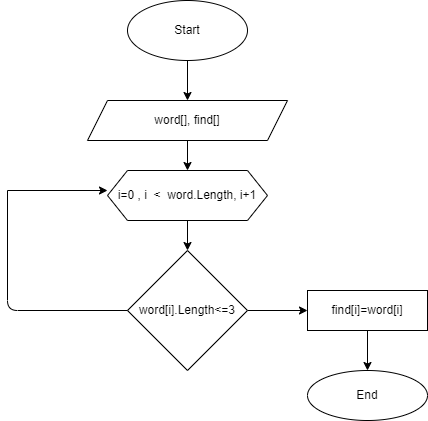
Before: bs.drawio.png, a diagram exported from draw.io (DumkinMaksim/PracticumControlWork). Source tidied: cells renumbered, new cells last; positions are measured from the earlier drawing's top-left corner, leaving out a move shared by most shapes.
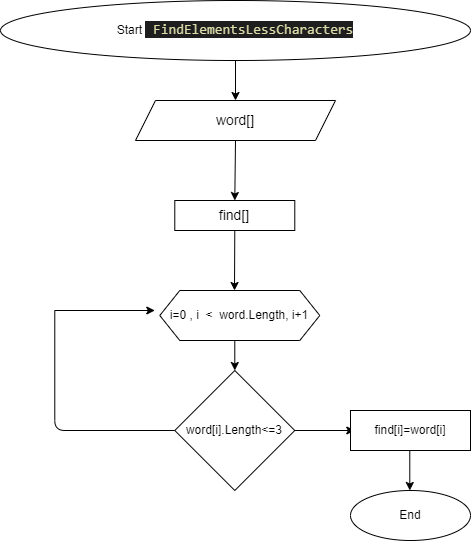
After the change.

Commit message:
изменил  данные в блок-схеме

What changed in the source:
```diff
@@ -5,49 +5,64 @@
     <mxCell id="2" style="edgeStyle=none;html=1;exitX=0.5;exitY=1;exitDx=0;exitDy=0;entryX=0.5;entryY=0;entryDx=0;entryDy=0;" parent="1" edge="1" source="3" target="7">
       <mxGeometry relative="1" as="geometry" />
     </mxCell>
-    <mxCell id="3" value="Start" style="ellipse;whiteSpace=wrap;html=1;" parent="1" vertex="1">
-      <mxGeometry x="120" width="120" height="60" as="geometry" />
+    <mxCell id="3" value="Start&amp;nbsp;&lt;font color=&quot;#dcdcaa&quot; face=&quot;consolas, courier new, monospace&quot;&gt;&lt;span style=&quot;font-size: 14px ; background-color: rgb(30 , 30 , 30)&quot;&gt;&amp;nbsp;&lt;/span&gt;&lt;/font&gt;&lt;span style=&quot;color: rgb(220 , 220 , 170) ; background-color: rgb(30 , 30 , 30) ; font-family: &amp;#34;consolas&amp;#34; , &amp;#34;courier new&amp;#34; , monospace ; font-size: 14px&quot;&gt;FindElementsLessCharacters&lt;/span&gt;" style="ellipse;whiteSpace=wrap;html=1;" parent="1" vertex="1">
+      <mxGeometry x="-55" width="470" height="60" as="geometry" />
     </mxCell>
-    <mxCell id="4" style="edgeStyle=none;html=1;exitX=0.5;exitY=1;exitDx=0;exitDy=0;entryX=0.5;entryY=0;entryDx=0;entryDy=0;" parent="1" edge="1" source="5" target="9">
-      <mxGeometry relative="1" as="geometry" />
+    <mxCell id="4" style="edgeStyle=none;html=1;exitX=0.5;exitY=1;exitDx=0;exitDy=0;entryX=0.5;entryY=0;entryDx=0;entryDy=0;" parent="1" edge="1" target="9">
+      <mxGeometry relative="1" as="geometry">
+        <mxPoint x="179.3" y="340" as="sourcePoint" />
+      </mxGeometry>
     </mxCell>
     <mxCell id="5" value="i=0 , i&amp;nbsp; &amp;lt;&amp;nbsp; word.Length, i+1" style="shape=hexagon;perimeter=hexagonPerimeter2;whiteSpace=wrap;html=1;fixedSize=1;" parent="1" vertex="1">
-      <mxGeometry x="100" y="170" width="160" height="50" as="geometry" />
+      <mxGeometry x="104.3" y="290" width="160" height="50" as="geometry" />
     </mxCell>
-    <mxCell id="6" style="edgeStyle=none;html=1;exitX=0.5;exitY=1;exitDx=0;exitDy=0;entryX=0.5;entryY=0;entryDx=0;entryDy=0;" parent="1" edge="1" source="7" target="5">
-      <mxGeometry relative="1" as="geometry" />
-    </mxCell>
+    <mxCell id="15" style="edgeStyle=none;html=1;exitX=0.5;exitY=1;exitDx=0;exitDy=0;entryX=0.5;entryY=0;entryDx=0;entryDy=0;fontSize=14;" parent="1" edge="1" source="7" target="17">
+      <mxGeometry relative="1" as="geometry" />
+    </mxCell>
-    <mxCell id="7" value="word[], find[]" style="shape=parallelogram;perimeter=parallelogramPerimeter;whiteSpace=wrap;html=1;fixedSize=1;" parent="1" vertex="1">
+    <mxCell id="7" value="&lt;font style=&quot;font-size: 14px&quot;&gt;word[]&lt;/font&gt;" style="shape=parallelogram;perimeter=parallelogramPerimeter;whiteSpace=wrap;html=1;fixedSize=1;" parent="1" vertex="1">
       <mxGeometry x="80" y="100" width="200" height="40" as="geometry" />
     </mxCell>
-    <mxCell id="8" style="edgeStyle=none;html=1;entryX=0;entryY=0.5;entryDx=0;entryDy=0;" parent="1" edge="1" source="9" target="11">
-      <mxGeometry relative="1" as="geometry" />
+    <mxCell id="8" style="edgeStyle=none;html=1;entryX=0;entryY=0.5;entryDx=0;entryDy=0;" parent="1" edge="1" source="9">
+      <mxGeometry relative="1" as="geometry">
+        <mxPoint x="299.3" y="430" as="targetPoint" />
+      </mxGeometry>
     </mxCell>
     <mxCell id="9" value="word[i].Length&amp;lt;=3" style="rhombus;whiteSpace=wrap;html=1;" parent="1" vertex="1">
-      <mxGeometry x="120" y="250" width="120" height="120" as="geometry" />
+      <mxGeometry x="119.3" y="370" width="120" height="120" as="geometry" />
     </mxCell>
-    <mxCell id="10" style="edgeStyle=none;html=1;" parent="1" edge="1" source="11" target="14">
-      <mxGeometry relative="1" as="geometry" />
+    <mxCell id="10" style="edgeStyle=none;html=1;" parent="1" edge="1">
+      <mxGeometry relative="1" as="geometry">
+        <mxPoint x="354.3" y="450" as="sourcePoint" />
+        <mxPoint x="354.3" y="490" as="targetPoint" />
+      </mxGeometry>
     </mxCell>
     <mxCell id="11" value="find[i]=word[i]" style="rounded=0;whiteSpace=wrap;html=1;" parent="1" vertex="1">
-      <mxGeometry x="300" y="290" width="120" height="40" as="geometry" />
+      <mxGeometry x="295" y="410" width="120" height="40" as="geometry" />
     </mxCell>
     <mxCell id="12" style="endArrow=none;html=1;exitX=0;exitY=0.5;exitDx=0;exitDy=0;" parent="1" edge="1" source="9">
       <mxGeometry relative="1" as="geometry">
-        <mxPoint y="190" as="targetPoint" />
+        <mxPoint x="-0.7" y="310" as="targetPoint" />
         <Array as="points">
-          <mxPoint y="310" />
+          <mxPoint x="-0.7" y="430" />
         </Array>
       </mxGeometry>
     </mxCell>
     <mxCell id="13" style="endArrow=classic;html=1;" parent="1" edge="1">
       <mxGeometry relative="1" as="geometry">
-        <mxPoint y="190" as="sourcePoint" />
-        <mxPoint x="100" y="190" as="targetPoint" />
+        <mxPoint x="-0.7" y="310" as="sourcePoint" />
+        <mxPoint x="99.3" y="310" as="targetPoint" />
       </mxGeometry>
     </mxCell>
     <mxCell id="14" value="End" style="ellipse;whiteSpace=wrap;html=1;" parent="1" vertex="1">
-      <mxGeometry x="300" y="370" width="120" height="50" as="geometry" />
+      <mxGeometry x="295" y="490" width="120" height="50" as="geometry" />
     </mxCell>
+    <mxCell id="16" style="edgeStyle=none;html=1;exitX=0.5;exitY=1;exitDx=0;exitDy=0;fontSize=14;" parent="1" edge="1" source="17">
+      <mxGeometry relative="1" as="geometry">
+        <mxPoint x="179" y="290" as="targetPoint" />
+      </mxGeometry>
+    </mxCell>
+    <mxCell id="17" value="&lt;font style=&quot;font-size: 14px&quot;&gt;find[]&lt;/font&gt;" style="rounded=0;whiteSpace=wrap;html=1;" parent="1" vertex="1">
+      <mxGeometry x="119.3" y="200" width="120" height="30" as="geometry" />
+    </mxCell>
   </root>
 </mxGraphModel>
```
